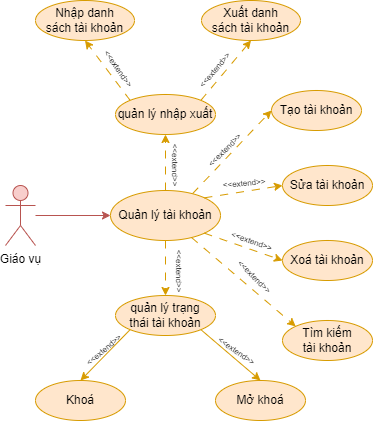
This is document/temp/draw/usecase_phanra/usecase_taikhoan.drawio.png from copecute/Edudex-Quiz, a draw.io export, as it was before one commit. Source tidied: cells renumbered, new cells last; positions are measured from the earlier drawing's top-left corner, leaving out a move shared by most shapes.
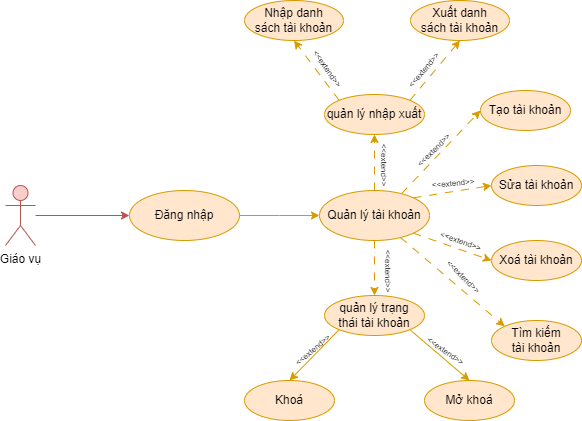
The same file after the commit.

What changed in the source:
```diff
@@ -2,12 +2,6 @@
   <root>
     <mxCell id="0" />
     <mxCell id="1" parent="0" />
-    <mxCell id="2" style="rounded=0;jettySize=auto;html=1;entryX=0;entryY=0.5;entryDx=0;entryDy=0;fillColor=#f8cecc;strokeColor=#b85450;" parent="1" edge="1" source="3" target="7">
-      <mxGeometry relative="1" as="geometry" />
-    </mxCell>
-    <mxCell id="3" value="Giáo vụ" style="shape=umlActor;verticalLabelPosition=bottom;verticalAlign=top;html=1;outlineConnect=0;fillColor=#f8cecc;strokeColor=#b85450;" parent="1" vertex="1">
-      <mxGeometry y="185" width="30" height="60" as="geometry" />
-    </mxCell>
     <mxCell id="4" style="rounded=0;jettySize=auto;html=1;entryX=0;entryY=0;entryDx=0;entryDy=0;fillColor=#ffe6cc;strokeColor=#d79b00;dashed=1;dashPattern=8 8;" parent="1" edge="1" source="7" target="14">
       <mxGeometry relative="1" as="geometry" />
     </mxCell>
@@ -101,5 +95,19 @@
     <mxCell id="34" value="&lt;font style=&quot;font-size: 8px;&quot;&gt;&amp;lt;&amp;lt;extend&amp;gt;&amp;gt;&lt;/font&gt;" style="text;html=1;strokeColor=none;fillColor=none;align=center;verticalAlign=middle;whiteSpace=wrap;rounded=0;rotation=-50;" parent="1" vertex="1">
       <mxGeometry x="179" y="54" width="60" height="30" as="geometry" />
     </mxCell>
+    <mxCell id="35" style="rounded=0;jettySize=auto;html=1;entryX=0;entryY=0.5;entryDx=0;entryDy=0;fillColor=#f8cecc;strokeColor=#b85450;" parent="1" edge="1" source="3" target="37">
+      <mxGeometry relative="1" as="geometry" />
+    </mxCell>
+    <mxCell id="3" value="Giáo vụ" style="shape=umlActor;verticalLabelPosition=bottom;verticalAlign=top;html=1;outlineConnect=0;fillColor=#f8cecc;strokeColor=#b85450;" parent="1" vertex="1">
+      <mxGeometry x="-209" y="185" width="30" height="60" as="geometry" />
+    </mxCell>
+    <mxCell id="36" style="edgeStyle=orthogonalEdgeStyle;rounded=0;jettySize=auto;html=1;entryX=0;entryY=0.5;entryDx=0;entryDy=0;fillColor=#ffe6cc;strokeColor=#d79b00;" parent="1" edge="1" source="37">
+      <mxGeometry relative="1" as="geometry">
+        <mxPoint x="105" y="215" as="targetPoint" />
+      </mxGeometry>
+    </mxCell>
+    <mxCell id="37" value="Đăng nhập" style="ellipse;whiteSpace=wrap;html=1;fillColor=#ffe6cc;strokeColor=#d79b00;" parent="1" vertex="1">
+      <mxGeometry x="-85" y="190" width="110" height="50" as="geometry" />
+    </mxCell>
   </root>
 </mxGraphModel>
```
